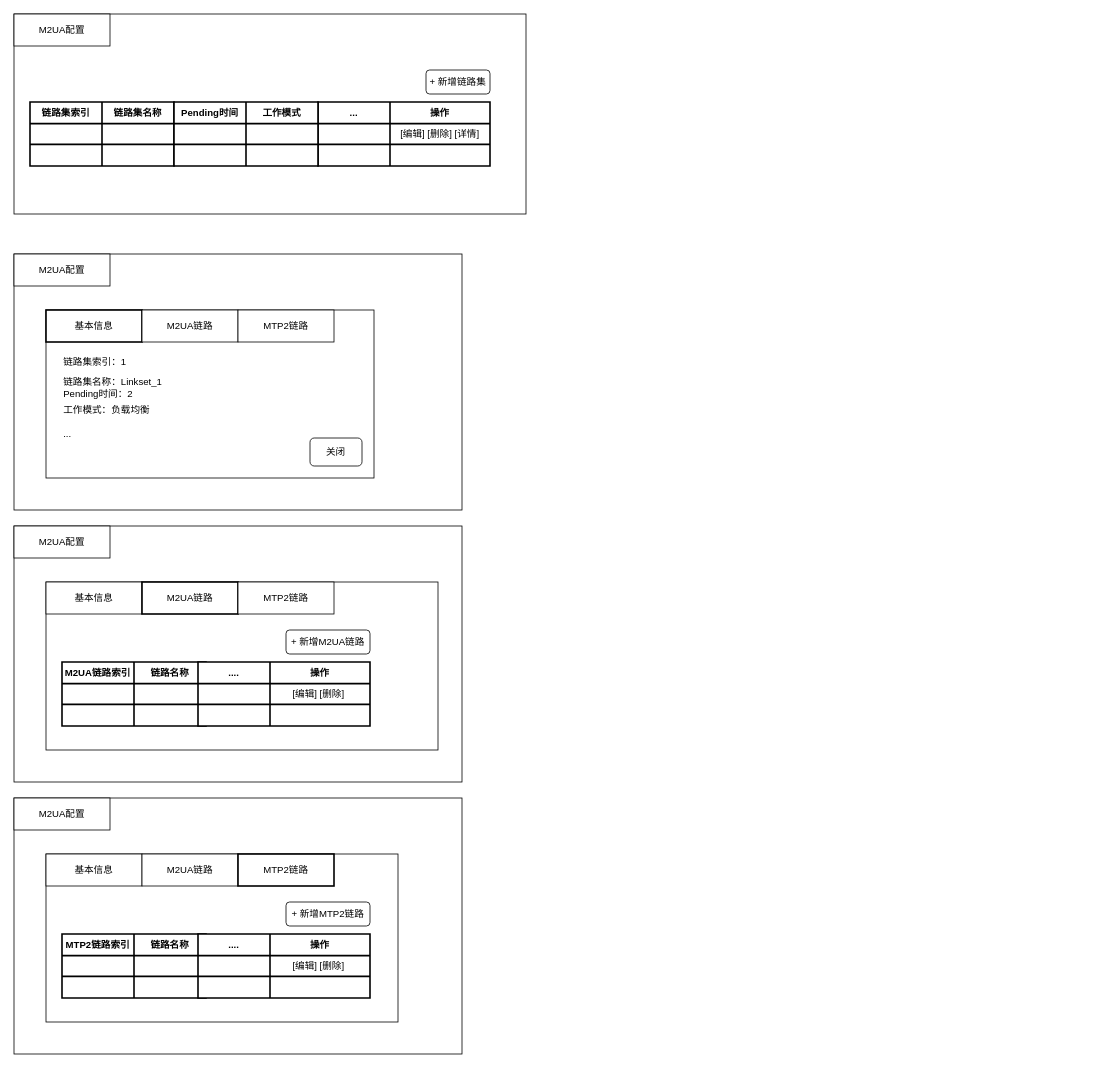
Above: m2ua.drawio in waterwatermelon/graph (draw.io), before the change. Source tidied: cells renumbered, new cells numbered last; positions are measured from the earlier drawing's top-left corner, leaving out a move shared by most shapes. Both pictures are drawn from the tidied source at 80%, with x=0, y=0 at pixel (14, 14).
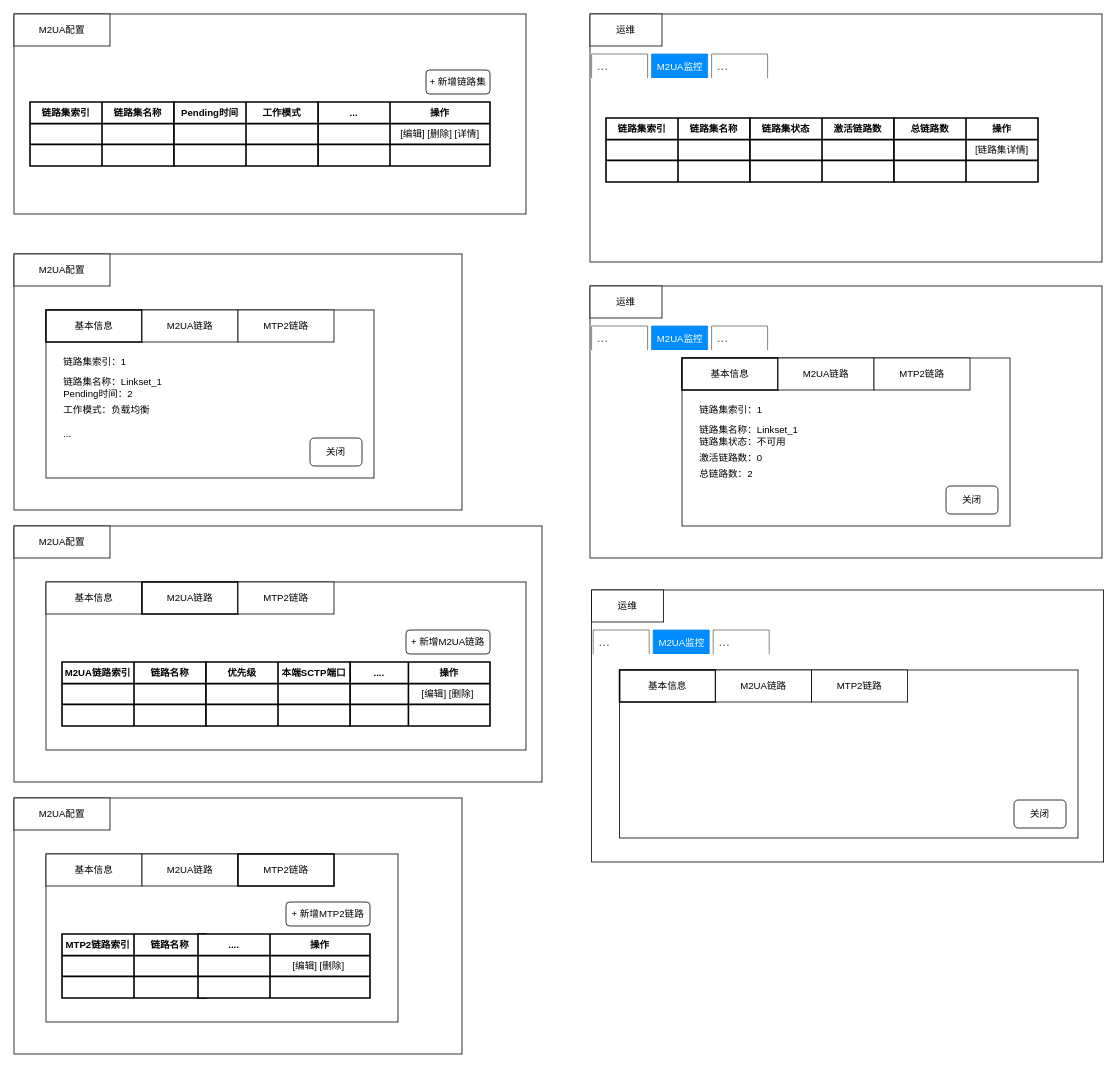
The same page after the edit.

The edit, as a diff of the source:
```diff
@@
     <mxCell id="34" style="rounded=0;whiteSpace=wrap;html=1;" parent="1" vertex="1">
-      <mxGeometry y="640" width="560" height="320" as="geometry" />
+      <mxGeometry y="640" width="660" height="320" as="geometry" />
     </mxCell>
@@
     <mxCell id="36" style="rounded=0;whiteSpace=wrap;html=1;" parent="1" vertex="1">
-      <mxGeometry x="40" y="710" width="490" height="210" as="geometry" />
+      <mxGeometry x="40" y="710" width="600" height="210" as="geometry" />
     </mxCell>
@@
     <mxCell id="50" style="shape=table;html=1;whiteSpace=wrap;startSize=0;childLayout=tableLayout;strokeWidth=2;" parent="1" vertex="1">
-      <mxGeometry x="230" y="810" width="215" height="80" as="geometry" />
+      <mxGeometry x="420" y="810" width="175" height="80" as="geometry" />
     </mxCell>
     <mxCell id="51" style="shape=tableRow;horizontal=0;startSize=0;swimlaneHead=0;swimlaneBody=0;top=0;left=0;bottom=0;right=0;fillColor=none;" parent="50" vertex="1">
-      <mxGeometry width="215" height="27" as="geometry" />
+      <mxGeometry width="175" height="27" as="geometry" />
     </mxCell>
     <mxCell id="52" value="...." style="shape=partialRectangle;html=1;whiteSpace=wrap;fillColor=none;top=0;left=0;bottom=0;right=0;overflow=hidden;fontStyle=1;" parent="51" vertex="1">
-      <mxGeometry width="90" height="27" as="geometry" />
+      <mxGeometry width="73" height="27" as="geometry" />
     </mxCell>
     <mxCell id="53" value="操作" style="shape=partialRectangle;html=1;whiteSpace=wrap;fillColor=none;top=0;left=0;bottom=0;right=0;overflow=hidden;fontStyle=1;" parent="51" vertex="1">
-      <mxGeometry x="90" width="125" height="27" as="geometry" />
+      <mxGeometry x="73" width="102" height="27" as="geometry" />
     </mxCell>
     <mxCell id="54" style="shape=tableRow;horizontal=0;startSize=0;swimlaneHead=0;swimlaneBody=0;top=0;left=0;bottom=0;right=0;fillColor=none;" parent="50" vertex="1">
-      <mxGeometry y="27" width="215" height="26" as="geometry" />
+      <mxGeometry y="27" width="175" height="26" as="geometry" />
     </mxCell>
     <mxCell id="55" style="shape=partialRectangle;html=1;whiteSpace=wrap;fillColor=none;top=0;left=0;bottom=0;right=0;overflow=hidden;" parent="54" vertex="1">
-      <mxGeometry width="90" height="26" as="geometry" />
+      <mxGeometry width="73" height="26" as="geometry" />
     </mxCell>
     <mxCell id="56" value="[编辑] [删除]&amp;nbsp;" style="shape=partialRectangle;html=1;whiteSpace=wrap;fillColor=none;top=0;left=0;bottom=0;right=0;overflow=hidden;" parent="54" vertex="1">
-      <mxGeometry x="90" width="125" height="26" as="geometry" />
+      <mxGeometry x="73" width="102" height="26" as="geometry" />
     </mxCell>
     <mxCell id="57" style="shape=tableRow;horizontal=0;startSize=0;swimlaneHead=0;swimlaneBody=0;top=0;left=0;bottom=0;right=0;fillColor=none;" parent="50" vertex="1">
-      <mxGeometry y="53" width="215" height="27" as="geometry" />
+      <mxGeometry y="53" width="175" height="27" as="geometry" />
     </mxCell>
     <mxCell id="58" style="shape=partialRectangle;html=1;whiteSpace=wrap;fillColor=none;top=0;left=0;bottom=0;right=0;overflow=hidden;" parent="57" vertex="1">
-      <mxGeometry width="90" height="27" as="geometry" />
+      <mxGeometry width="73" height="27" as="geometry" />
     </mxCell>
     <mxCell id="59" style="shape=partialRectangle;html=1;whiteSpace=wrap;fillColor=none;top=0;left=0;bottom=0;right=0;overflow=hidden;" parent="57" vertex="1">
-      <mxGeometry x="90" width="125" height="27" as="geometry" />
+      <mxGeometry x="73" width="102" height="27" as="geometry" />
     </mxCell>
     <mxCell id="60" value="+ 新增M2UA链路" style="html=1;whiteSpace=wrap;align=center;verticalAlign=middle;rounded=1;labelBorderColor=none;strokeColor=default;strokeWidth=1;" parent="1" vertex="1">
-      <mxGeometry x="340" y="770" width="105" height="30" as="geometry" />
+      <mxGeometry x="490" y="770" width="105" height="30" as="geometry" />
     </mxCell>
@@
+    <mxCell id="101" style="shape=table;html=1;whiteSpace=wrap;startSize=0;childLayout=tableLayout;strokeWidth=2;" parent="1" vertex="1">
+      <mxGeometry x="240" y="810" width="180" height="80" as="geometry" />
+    </mxCell>
+    <mxCell id="102" style="shape=tableRow;horizontal=0;startSize=0;swimlaneHead=0;swimlaneBody=0;top=0;left=0;bottom=0;right=0;fillColor=none;" parent="101" vertex="1">
+      <mxGeometry width="180" height="27" as="geometry" />
+    </mxCell>
+    <mxCell id="103" value="优先级" style="shape=partialRectangle;html=1;whiteSpace=wrap;fillColor=none;top=0;left=0;bottom=0;right=0;overflow=hidden;fontStyle=1;" parent="102" vertex="1">
+      <mxGeometry width="90" height="27" as="geometry" />
+    </mxCell>
+    <mxCell id="104" value="本端SCTP端口" style="shape=partialRectangle;html=1;whiteSpace=wrap;fillColor=none;top=0;left=0;bottom=0;right=0;overflow=hidden;fontStyle=1;" parent="102" vertex="1">
+      <mxGeometry x="90" width="90" height="27" as="geometry" />
+    </mxCell>
+    <mxCell id="105" style="shape=tableRow;horizontal=0;startSize=0;swimlaneHead=0;swimlaneBody=0;top=0;left=0;bottom=0;right=0;fillColor=none;" parent="101" vertex="1">
+      <mxGeometry y="27" width="180" height="26" as="geometry" />
+    </mxCell>
+    <mxCell id="106" style="shape=partialRectangle;html=1;whiteSpace=wrap;fillColor=none;top=0;left=0;bottom=0;right=0;overflow=hidden;" parent="105" vertex="1">
+      <mxGeometry width="90" height="26" as="geometry" />
+    </mxCell>
+    <mxCell id="107" style="shape=partialRectangle;html=1;whiteSpace=wrap;fillColor=none;top=0;left=0;bottom=0;right=0;overflow=hidden;" parent="105" vertex="1">
+      <mxGeometry x="90" width="90" height="26" as="geometry" />
+    </mxCell>
+    <mxCell id="108" style="shape=tableRow;horizontal=0;startSize=0;swimlaneHead=0;swimlaneBody=0;top=0;left=0;bottom=0;right=0;fillColor=none;" parent="101" vertex="1">
+      <mxGeometry y="53" width="180" height="27" as="geometry" />
+    </mxCell>
+    <mxCell id="109" style="shape=partialRectangle;html=1;whiteSpace=wrap;fillColor=none;top=0;left=0;bottom=0;right=0;overflow=hidden;" parent="108" vertex="1">
+      <mxGeometry width="90" height="27" as="geometry" />
+    </mxCell>
+    <mxCell id="110" style="shape=partialRectangle;html=1;whiteSpace=wrap;fillColor=none;top=0;left=0;bottom=0;right=0;overflow=hidden;" parent="108" vertex="1">
+      <mxGeometry x="90" width="90" height="27" as="geometry" />
+    </mxCell>
+    <mxCell id="111" style="rounded=0;whiteSpace=wrap;html=1;" parent="1" vertex="1">
+      <mxGeometry x="720" width="640" height="310" as="geometry" />
+    </mxCell>
+    <mxCell id="112" value="运维" style="rounded=0;whiteSpace=wrap;html=1;" parent="1" vertex="1">
+      <mxGeometry x="720" width="90" height="40" as="geometry" />
+    </mxCell>
+    <mxCell id="113" value="..." style="strokeWidth=1;shadow=0;dashed=0;align=center;html=1;shape=mxgraph.mockup.forms.uRect;fontSize=17;fontColor=#666666;align=left;spacingLeft=5;strokeColor=#666666;" parent="1" vertex="1">
+      <mxGeometry x="722" y="50" width="70" height="30" as="geometry" />
+    </mxCell>
+    <mxCell id="114" value="&lt;font style=&quot;font-size: 12px;&quot;&gt;M2UA监控&lt;/font&gt;" style="strokeWidth=1;shadow=0;dashed=0;align=center;html=1;shape=mxgraph.mockup.forms.uRect;fontSize=17;fontColor=#ffffff;align=left;spacingLeft=5;strokeColor=#008cff;fillColor=#008cff;" parent="1" vertex="1">
+      <mxGeometry x="797" y="50" width="70" height="30" as="geometry" />
+    </mxCell>
+    <mxCell id="115" value="..." style="strokeWidth=1;shadow=0;dashed=0;align=center;html=1;shape=mxgraph.mockup.forms.uRect;fontSize=17;fontColor=#666666;align=left;spacingLeft=5;strokeColor=#666666;" parent="1" vertex="1">
+      <mxGeometry x="872" y="50" width="70" height="30" as="geometry" />
+    </mxCell>
+    <mxCell id="116" style="shape=table;html=1;whiteSpace=wrap;startSize=0;childLayout=tableLayout;strokeWidth=2;" parent="1" vertex="1">
+      <mxGeometry x="740" y="130" width="180" height="80" as="geometry" />
+    </mxCell>
+    <mxCell id="117" style="shape=tableRow;horizontal=0;startSize=0;swimlaneHead=0;swimlaneBody=0;top=0;left=0;bottom=0;right=0;fillColor=none;" parent="116" vertex="1">
+      <mxGeometry width="180" height="27" as="geometry" />
+    </mxCell>
+    <mxCell id="118" value="链路集索引" style="shape=partialRectangle;html=1;whiteSpace=wrap;fillColor=none;top=0;left=0;bottom=0;right=0;overflow=hidden;fontStyle=1;" parent="117" vertex="1">
+      <mxGeometry width="90" height="27" as="geometry" />
+    </mxCell>
+    <mxCell id="119" value="链路集名称" style="shape=partialRectangle;html=1;whiteSpace=wrap;fillColor=none;top=0;left=0;bottom=0;right=0;overflow=hidden;fontStyle=1;" parent="117" vertex="1">
+      <mxGeometry x="90" width="90" height="27" as="geometry" />
+    </mxCell>
+    <mxCell id="120" style="shape=tableRow;horizontal=0;startSize=0;swimlaneHead=0;swimlaneBody=0;top=0;left=0;bottom=0;right=0;fillColor=none;" parent="116" vertex="1">
+      <mxGeometry y="27" width="180" height="26" as="geometry" />
+    </mxCell>
+    <mxCell id="121" style="shape=partialRectangle;html=1;whiteSpace=wrap;fillColor=none;top=0;left=0;bottom=0;right=0;overflow=hidden;" parent="120" vertex="1">
+      <mxGeometry width="90" height="26" as="geometry" />
+    </mxCell>
+    <mxCell id="122" style="shape=partialRectangle;html=1;whiteSpace=wrap;fillColor=none;top=0;left=0;bottom=0;right=0;overflow=hidden;" parent="120" vertex="1">
+      <mxGeometry x="90" width="90" height="26" as="geometry" />
+    </mxCell>
+    <mxCell id="123" style="shape=tableRow;horizontal=0;startSize=0;swimlaneHead=0;swimlaneBody=0;top=0;left=0;bottom=0;right=0;fillColor=none;" parent="116" vertex="1">
+      <mxGeometry y="53" width="180" height="27" as="geometry" />
+    </mxCell>
+    <mxCell id="124" style="shape=partialRectangle;html=1;whiteSpace=wrap;fillColor=none;top=0;left=0;bottom=0;right=0;overflow=hidden;" parent="123" vertex="1">
+      <mxGeometry width="90" height="27" as="geometry" />
+    </mxCell>
+    <mxCell id="125" style="shape=partialRectangle;html=1;whiteSpace=wrap;fillColor=none;top=0;left=0;bottom=0;right=0;overflow=hidden;" parent="123" vertex="1">
+      <mxGeometry x="90" width="90" height="27" as="geometry" />
+    </mxCell>
+    <mxCell id="126" style="shape=table;html=1;whiteSpace=wrap;startSize=0;childLayout=tableLayout;strokeWidth=2;" parent="1" vertex="1">
+      <mxGeometry x="920" y="130" width="180" height="80" as="geometry" />
+    </mxCell>
+    <mxCell id="127" style="shape=tableRow;horizontal=0;startSize=0;swimlaneHead=0;swimlaneBody=0;top=0;left=0;bottom=0;right=0;fillColor=none;" parent="126" vertex="1">
+      <mxGeometry width="180" height="27" as="geometry" />
+    </mxCell>
+    <mxCell id="128" value="链路集状态" style="shape=partialRectangle;html=1;whiteSpace=wrap;fillColor=none;top=0;left=0;bottom=0;right=0;overflow=hidden;fontStyle=1;" parent="127" vertex="1">
+      <mxGeometry width="90" height="27" as="geometry" />
+    </mxCell>
+    <mxCell id="129" value="激活链路数" style="shape=partialRectangle;html=1;whiteSpace=wrap;fillColor=none;top=0;left=0;bottom=0;right=0;overflow=hidden;fontStyle=1;" parent="127" vertex="1">
+      <mxGeometry x="90" width="90" height="27" as="geometry" />
+    </mxCell>
+    <mxCell id="130" style="shape=tableRow;horizontal=0;startSize=0;swimlaneHead=0;swimlaneBody=0;top=0;left=0;bottom=0;right=0;fillColor=none;" parent="126" vertex="1">
+      <mxGeometry y="27" width="180" height="26" as="geometry" />
+    </mxCell>
+    <mxCell id="131" style="shape=partialRectangle;html=1;whiteSpace=wrap;fillColor=none;top=0;left=0;bottom=0;right=0;overflow=hidden;" parent="130" vertex="1">
+      <mxGeometry width="90" height="26" as="geometry" />
+    </mxCell>
+    <mxCell id="132" style="shape=partialRectangle;html=1;whiteSpace=wrap;fillColor=none;top=0;left=0;bottom=0;right=0;overflow=hidden;" parent="130" vertex="1">
+      <mxGeometry x="90" width="90" height="26" as="geometry" />
+    </mxCell>
+    <mxCell id="133" style="shape=tableRow;horizontal=0;startSize=0;swimlaneHead=0;swimlaneBody=0;top=0;left=0;bottom=0;right=0;fillColor=none;" parent="126" vertex="1">
+      <mxGeometry y="53" width="180" height="27" as="geometry" />
+    </mxCell>
+    <mxCell id="134" style="shape=partialRectangle;html=1;whiteSpace=wrap;fillColor=none;top=0;left=0;bottom=0;right=0;overflow=hidden;" parent="133" vertex="1">
+      <mxGeometry width="90" height="27" as="geometry" />
+    </mxCell>
+    <mxCell id="135" style="shape=partialRectangle;html=1;whiteSpace=wrap;fillColor=none;top=0;left=0;bottom=0;right=0;overflow=hidden;" parent="133" vertex="1">
+      <mxGeometry x="90" width="90" height="27" as="geometry" />
+    </mxCell>
+    <mxCell id="136" style="shape=table;html=1;whiteSpace=wrap;startSize=0;childLayout=tableLayout;strokeWidth=2;" parent="1" vertex="1">
+      <mxGeometry x="1100" y="130" width="180" height="80" as="geometry" />
+    </mxCell>
+    <mxCell id="137" style="shape=tableRow;horizontal=0;startSize=0;swimlaneHead=0;swimlaneBody=0;top=0;left=0;bottom=0;right=0;fillColor=none;" parent="136" vertex="1">
+      <mxGeometry width="180" height="27" as="geometry" />
+    </mxCell>
+    <mxCell id="138" value="总链路数" style="shape=partialRectangle;html=1;whiteSpace=wrap;fillColor=none;top=0;left=0;bottom=0;right=0;overflow=hidden;fontStyle=1;" parent="137" vertex="1">
+      <mxGeometry width="90" height="27" as="geometry" />
+    </mxCell>
+    <mxCell id="139" value="操作" style="shape=partialRectangle;html=1;whiteSpace=wrap;fillColor=none;top=0;left=0;bottom=0;right=0;overflow=hidden;fontStyle=1;" parent="137" vertex="1">
+      <mxGeometry x="90" width="90" height="27" as="geometry" />
+    </mxCell>
+    <mxCell id="140" style="shape=tableRow;horizontal=0;startSize=0;swimlaneHead=0;swimlaneBody=0;top=0;left=0;bottom=0;right=0;fillColor=none;" parent="136" vertex="1">
+      <mxGeometry y="27" width="180" height="26" as="geometry" />
+    </mxCell>
+    <mxCell id="141" style="shape=partialRectangle;html=1;whiteSpace=wrap;fillColor=none;top=0;left=0;bottom=0;right=0;overflow=hidden;" parent="140" vertex="1">
+      <mxGeometry width="90" height="26" as="geometry" />
+    </mxCell>
+    <mxCell id="142" value="[链路集详情]" style="shape=partialRectangle;html=1;whiteSpace=wrap;fillColor=none;top=0;left=0;bottom=0;right=0;overflow=hidden;" parent="140" vertex="1">
+      <mxGeometry x="90" width="90" height="26" as="geometry" />
+    </mxCell>
+    <mxCell id="143" style="shape=tableRow;horizontal=0;startSize=0;swimlaneHead=0;swimlaneBody=0;top=0;left=0;bottom=0;right=0;fillColor=none;" parent="136" vertex="1">
+      <mxGeometry y="53" width="180" height="27" as="geometry" />
+    </mxCell>
+    <mxCell id="144" style="shape=partialRectangle;html=1;whiteSpace=wrap;fillColor=none;top=0;left=0;bottom=0;right=0;overflow=hidden;" parent="143" vertex="1">
+      <mxGeometry width="90" height="27" as="geometry" />
+    </mxCell>
+    <mxCell id="145" style="shape=partialRectangle;html=1;whiteSpace=wrap;fillColor=none;top=0;left=0;bottom=0;right=0;overflow=hidden;" parent="143" vertex="1">
+      <mxGeometry x="90" width="90" height="27" as="geometry" />
+    </mxCell>
+    <mxCell id="146" style="rounded=0;whiteSpace=wrap;html=1;" parent="1" vertex="1">
+      <mxGeometry x="720" y="340" width="640" height="340" as="geometry" />
+    </mxCell>
+    <mxCell id="147" value="运维" style="rounded=0;whiteSpace=wrap;html=1;" parent="1" vertex="1">
+      <mxGeometry x="720" y="340" width="90" height="40" as="geometry" />
+    </mxCell>
+    <mxCell id="148" value="..." style="strokeWidth=1;shadow=0;dashed=0;align=center;html=1;shape=mxgraph.mockup.forms.uRect;fontSize=17;fontColor=#666666;align=left;spacingLeft=5;strokeColor=#666666;" parent="1" vertex="1">
+      <mxGeometry x="722" y="390" width="70" height="30" as="geometry" />
+    </mxCell>
+    <mxCell id="149" value="&lt;font style=&quot;font-size: 12px;&quot;&gt;M2UA监控&lt;/font&gt;" style="strokeWidth=1;shadow=0;dashed=0;align=center;html=1;shape=mxgraph.mockup.forms.uRect;fontSize=17;fontColor=#ffffff;align=left;spacingLeft=5;strokeColor=#008cff;fillColor=#008cff;" parent="1" vertex="1">
+      <mxGeometry x="797" y="390" width="70" height="30" as="geometry" />
+    </mxCell>
+    <mxCell id="150" value="..." style="strokeWidth=1;shadow=0;dashed=0;align=center;html=1;shape=mxgraph.mockup.forms.uRect;fontSize=17;fontColor=#666666;align=left;spacingLeft=5;strokeColor=#666666;" parent="1" vertex="1">
+      <mxGeometry x="872" y="390" width="70" height="30" as="geometry" />
+    </mxCell>
+    <mxCell id="151" style="rounded=0;whiteSpace=wrap;html=1;" parent="1" vertex="1">
+      <mxGeometry x="835" y="430" width="410" height="210" as="geometry" />
+    </mxCell>
+    <mxCell id="152" value="基本信息" style="rounded=0;whiteSpace=wrap;html=1;strokeWidth=2;" parent="1" vertex="1">
+      <mxGeometry x="835" y="430" width="120" height="40" as="geometry" />
+    </mxCell>
+    <mxCell id="153" value="M2UA链路" style="rounded=0;whiteSpace=wrap;html=1;" parent="1" vertex="1">
+      <mxGeometry x="955" y="430" width="120" height="40" as="geometry" />
+    </mxCell>
+    <mxCell id="154" value="MTP2链路" style="rounded=0;whiteSpace=wrap;html=1;" parent="1" vertex="1">
+      <mxGeometry x="1075" y="430" width="120" height="40" as="geometry" />
+    </mxCell>
+    <mxCell id="155" value="链路集索引：1" style="text;html=1;whiteSpace=wrap;strokeColor=none;fillColor=none;align=left;verticalAlign=middle;rounded=0;" parent="1" vertex="1">
+      <mxGeometry x="855" y="480" width="110" height="30" as="geometry" />
+    </mxCell>
+    <mxCell id="156" value="链路集名称：Linkset_1" style="text;html=1;whiteSpace=wrap;strokeColor=none;fillColor=none;align=left;verticalAlign=middle;rounded=0;" parent="1" vertex="1">
+      <mxGeometry x="855" y="505" width="150" height="30" as="geometry" />
+    </mxCell>
+    <mxCell id="157" value="链路集状态：不可用" style="text;html=1;whiteSpace=wrap;strokeColor=none;fillColor=none;align=left;verticalAlign=middle;rounded=0;" parent="1" vertex="1">
+      <mxGeometry x="855" y="520" width="150" height="30" as="geometry" />
+    </mxCell>
+    <mxCell id="158" value="关闭" style="rounded=1;whiteSpace=wrap;html=1;" parent="1" vertex="1">
+      <mxGeometry x="1165" y="590" width="65" height="35" as="geometry" />
+    </mxCell>
+    <mxCell id="159" value="激活链路数：0" style="text;html=1;whiteSpace=wrap;strokeColor=none;fillColor=none;align=left;verticalAlign=middle;rounded=0;" parent="1" vertex="1">
+      <mxGeometry x="855" y="540" width="150" height="30" as="geometry" />
+    </mxCell>
+    <mxCell id="160" value="总链路数：2" style="text;html=1;whiteSpace=wrap;strokeColor=none;fillColor=none;align=left;verticalAlign=middle;rounded=0;" parent="1" vertex="1">
+      <mxGeometry x="855" y="560" width="150" height="30" as="geometry" />
+    </mxCell>
+    <mxCell id="161" style="rounded=0;whiteSpace=wrap;html=1;" parent="1" vertex="1">
+      <mxGeometry x="722" y="720" width="640" height="340" as="geometry" />
+    </mxCell>
+    <mxCell id="162" value="运维" style="rounded=0;whiteSpace=wrap;html=1;" parent="1" vertex="1">
+      <mxGeometry x="722" y="720" width="90" height="40" as="geometry" />
+    </mxCell>
+    <mxCell id="163" value="..." style="strokeWidth=1;shadow=0;dashed=0;align=center;html=1;shape=mxgraph.mockup.forms.uRect;fontSize=17;fontColor=#666666;align=left;spacingLeft=5;strokeColor=#666666;" parent="1" vertex="1">
+      <mxGeometry x="724" y="770" width="70" height="30" as="geometry" />
+    </mxCell>
+    <mxCell id="164" value="&lt;font style=&quot;font-size: 12px;&quot;&gt;M2UA监控&lt;/font&gt;" style="strokeWidth=1;shadow=0;dashed=0;align=center;html=1;shape=mxgraph.mockup.forms.uRect;fontSize=17;fontColor=#ffffff;align=left;spacingLeft=5;strokeColor=#008cff;fillColor=#008cff;" parent="1" vertex="1">
+      <mxGeometry x="799" y="770" width="70" height="30" as="geometry" />
+    </mxCell>
+    <mxCell id="165" value="..." style="strokeWidth=1;shadow=0;dashed=0;align=center;html=1;shape=mxgraph.mockup.forms.uRect;fontSize=17;fontColor=#666666;align=left;spacingLeft=5;strokeColor=#666666;" parent="1" vertex="1">
+      <mxGeometry x="874" y="770" width="70" height="30" as="geometry" />
+    </mxCell>
+    <mxCell id="166" style="rounded=0;whiteSpace=wrap;html=1;" parent="1" vertex="1">
+      <mxGeometry x="757" y="820" width="573" height="210" as="geometry" />
+    </mxCell>
+    <mxCell id="167" value="基本信息" style="rounded=0;whiteSpace=wrap;html=1;strokeWidth=2;" parent="1" vertex="1">
+      <mxGeometry x="757" y="820" width="120" height="40" as="geometry" />
+    </mxCell>
+    <mxCell id="168" value="M2UA链路" style="rounded=0;whiteSpace=wrap;html=1;" parent="1" vertex="1">
+      <mxGeometry x="877" y="820" width="120" height="40" as="geometry" />
+    </mxCell>
+    <mxCell id="169" value="MTP2链路" style="rounded=0;whiteSpace=wrap;html=1;" parent="1" vertex="1">
+      <mxGeometry x="997" y="820" width="120" height="40" as="geometry" />
+    </mxCell>
+    <mxCell id="170" value="关闭" style="rounded=1;whiteSpace=wrap;html=1;" parent="1" vertex="1">
+      <mxGeometry x="1250" y="982.5" width="65" height="35" as="geometry" />
+    </mxCell>
```
